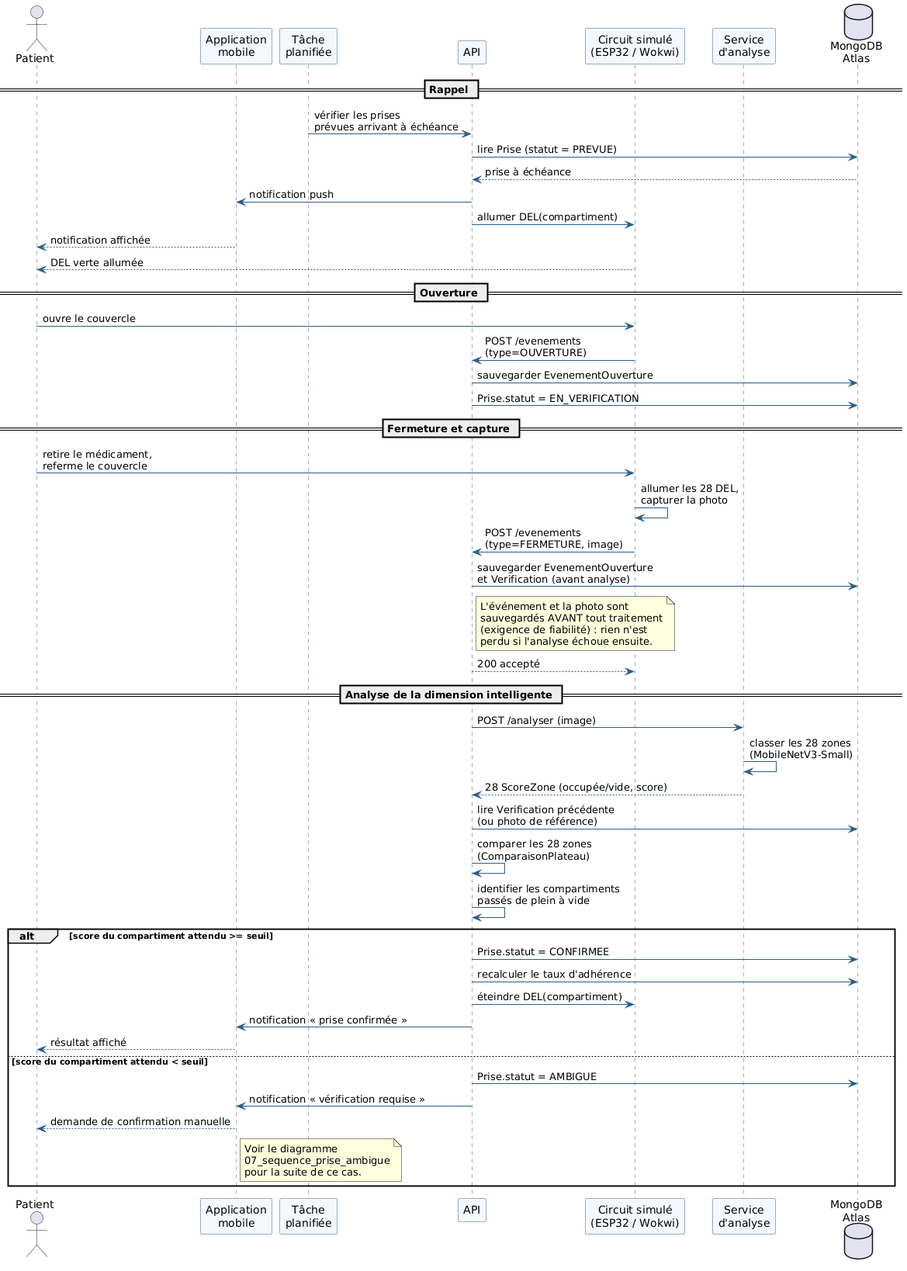
The PlantUML diagram docs/assets/Sequence_prise_normale.png in rauf-mifteev/Ahuntsic_Capstone, before a commit.
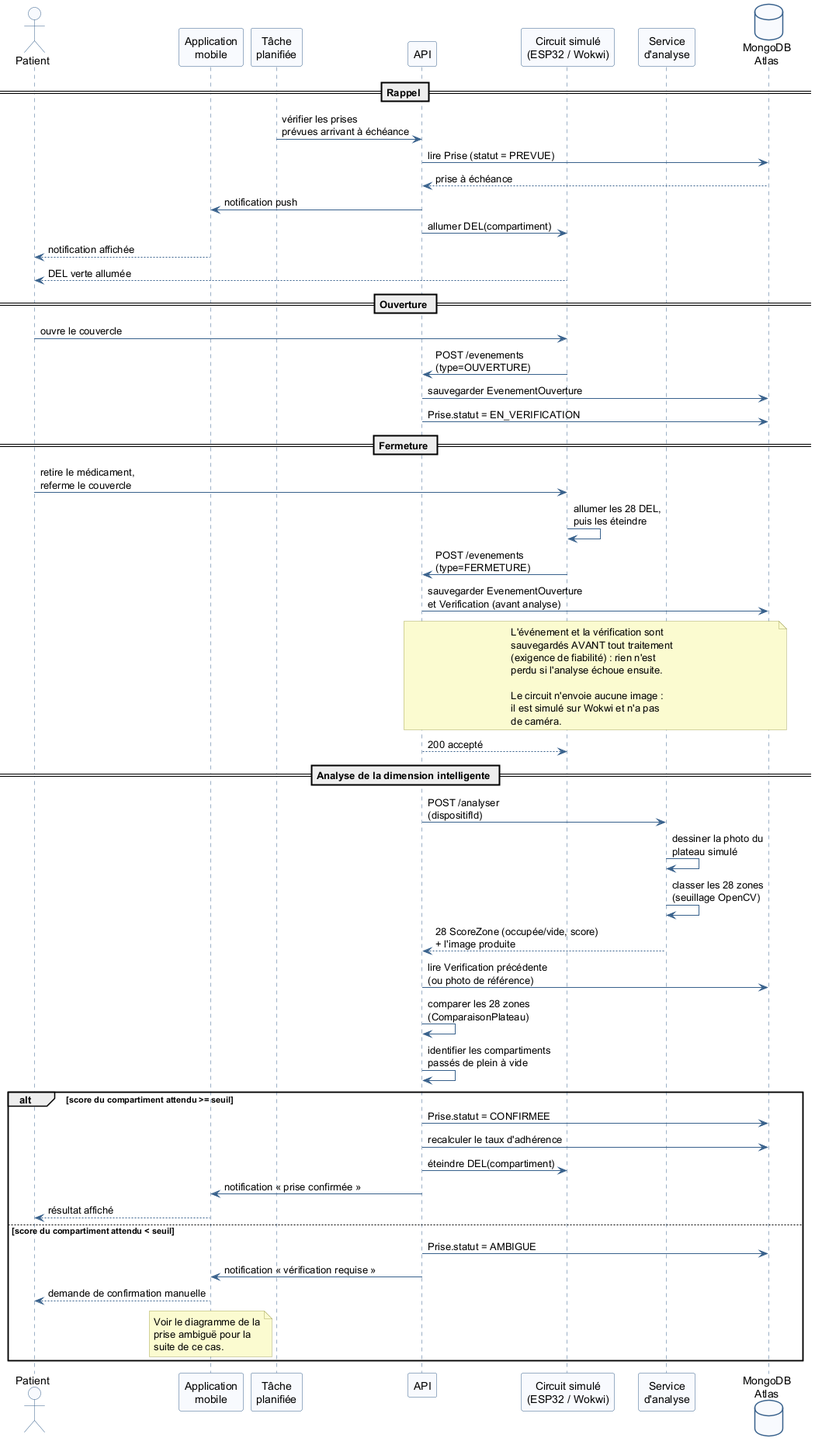
The same file after the commit.

Change to the diagram source:
```diff
@@ -1,70 +1,97 @@
-@startuml Sequence_prise_normale
+@startuml
 
+skinparam shadowing false
+skinparam participant {
+  BackgroundColor #F8FAFE
+  BorderColor #38618C
+}
+skinparam actor {
+  BackgroundColor #F8FAFE
+  BorderColor #38618C
+}
+skinparam database {
+  BackgroundColor #F8FAFE
+  BorderColor #38618C
+}
 skinparam sequence {
-  ArrowColor #2C5C8A
-  LifeLineBorderColor #2C5C8A
-  ParticipantBackgroundColor #F5F9FF
-  ParticipantBorderColor #2C5C8A
+  ArrowColor #38618C
+  LifeLineBorderColor #38618C
+}
+skinparam note {
+  BackgroundColor #FBFBD0
+  BorderColor #A9A95E
 }
 
 actor Patient
 participant "Application\nmobile" as App
-participant "Tâche\nplanifiée" as Minuterie
+participant "Tâche\nplanifiée" as Tache
 participant "API" as API
 participant "Circuit simulé\n(ESP32 / Wokwi)" as Circuit
-participant "Service\nd'analyse" as Service
-database "MongoDB\nAtlas" as BD
+participant "Service\nd'analyse" as Analyse
+database "MongoDB\nAtlas" as Mongo
 
 == Rappel ==
-Minuterie -> API : vérifier les prises\nprévues arrivant à échéance
-API -> BD : lire Prise (statut = PREVUE)
-BD --> API : prise à échéance
+
+Tache -> API : vérifier les prises\nprévues arrivant à échéance
+API -> Mongo : lire Prise (statut = PREVUE)
+Mongo --> API : prise à échéance
 API -> App : notification push
 API -> Circuit : allumer DEL(compartiment)
 App --> Patient : notification affichée
 Circuit --> Patient : DEL verte allumée
 
 == Ouverture ==
+
 Patient -> Circuit : ouvre le couvercle
 Circuit -> API : POST /evenements\n(type=OUVERTURE)
-API -> BD : sauvegarder EvenementOuverture
-API -> BD : Prise.statut = EN_VERIFICATION
+API -> Mongo : sauvegarder EvenementOuverture
+API -> Mongo : Prise.statut = EN_VERIFICATION
 
-== Fermeture et capture ==
+== Fermeture ==
+
 Patient -> Circuit : retire le médicament,\nreferme le couvercle
-Circuit -> Circuit : allumer les 28 DEL,\ncapturer la photo
-Circuit -> API : POST /evenements\n(type=FERMETURE, image)
-API -> BD : sauvegarder EvenementOuverture\net Verification (avant analyse)
-note right of API
-  L'événement et la photo sont
+Circuit -> Circuit : allumer les 28 DEL,\npuis les éteindre
+Circuit -> API : POST /evenements\n(type=FERMETURE)
+API -> Mongo : sauvegarder EvenementOuverture\net Verification (avant analyse)
+
+note over API, Mongo
+  L'événement et la vérification sont
   sauvegardés AVANT tout traitement
   (exigence de fiabilité) : rien n'est
   perdu si l'analyse échoue ensuite.
+
+  Le circuit n'envoie aucune image :
+  il est simulé sur Wokwi et n'a pas
+  de caméra.
 end note
+
 API --> Circuit : 200 accepté
 
 == Analyse de la dimension intelligente ==
-API -> Service : POST /analyser (image)
-Service -> Service : classer les 28 zones\n(MobileNetV3-Small)
-Service --> API : 28 ScoreZone (occupée/vide, score)
-API -> BD : lire Verification précédente\n(ou photo de référence)
+
+API -> Analyse : POST /analyser\n(dispositifId)
+Analyse -> Analyse : dessiner la photo du\nplateau simulé
+Analyse -> Analyse : classer les 28 zones\n(seuillage OpenCV)
+Analyse --> API : 28 ScoreZone (occupée/vide, score)\n+ l'image produite
+API -> Mongo : lire Verification précédente\n(ou photo de référence)
 API -> API : comparer les 28 zones\n(ComparaisonPlateau)
 API -> API : identifier les compartiments\npassés de plein à vide
 
 alt score du compartiment attendu >= seuil
-  API -> BD : Prise.statut = CONFIRMEE
-  API -> BD : recalculer le taux d'adhérence
+  API -> Mongo : Prise.statut = CONFIRMEE
+  API -> Mongo : recalculer le taux d'adhérence
   API -> Circuit : éteindre DEL(compartiment)
   API -> App : notification « prise confirmée »
   App --> Patient : résultat affiché
 else score du compartiment attendu < seuil
-  API -> BD : Prise.statut = AMBIGUE
+  API -> Mongo : Prise.statut = AMBIGUE
   API -> App : notification « vérification requise »
   App --> Patient : demande de confirmation manuelle
-  note right of App
-    Voir le diagramme
-    07_sequence_prise_ambigue
-    pour la suite de ce cas.
+
+  note over App
+    Voir le diagramme de la
+    prise ambiguë pour la
+    suite de ce cas.
   end note
 end
 
```
